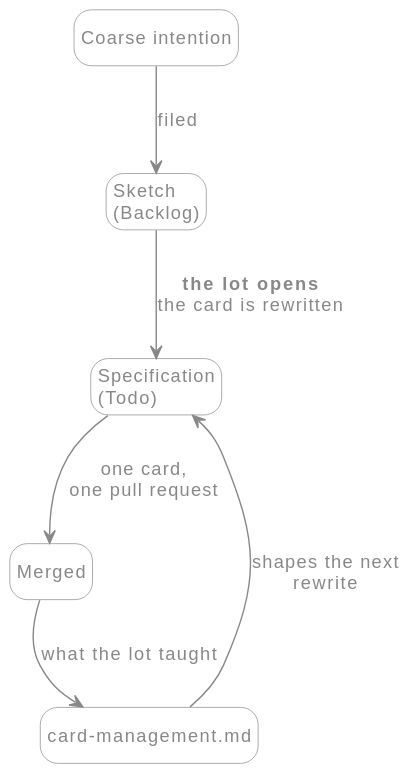
Before: docs/diagrams/card-lifecycle.svg, a diagram exported from PlantUML (Gcob/lara-spec-first). Its source is kept beside it as docs/diagrams/card-lifecycle.puml.
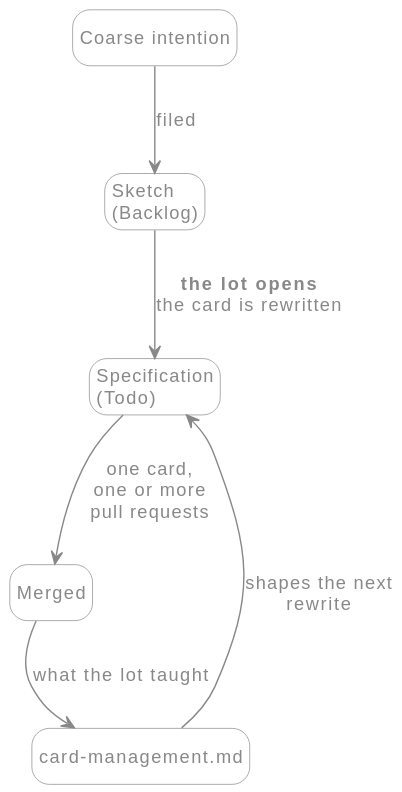
The same diagram one commit later.

Commit message:
docs: a card can ship as more than one pull request

Refs: #81

Diff of the diagram source:
```diff
@@ -12,7 +12,7 @@
 
 Intention --> Sketch : filed
 Sketch --> Spec : **the lot opens**\nthe card is rewritten
-Spec --> Merged : one card,\none pull request
+Spec --> Merged : one card,\none or more\npull requests
 Merged --> Doc : what the lot taught
 Doc --> Spec : shapes the next\nrewrite
 @enduml
```
